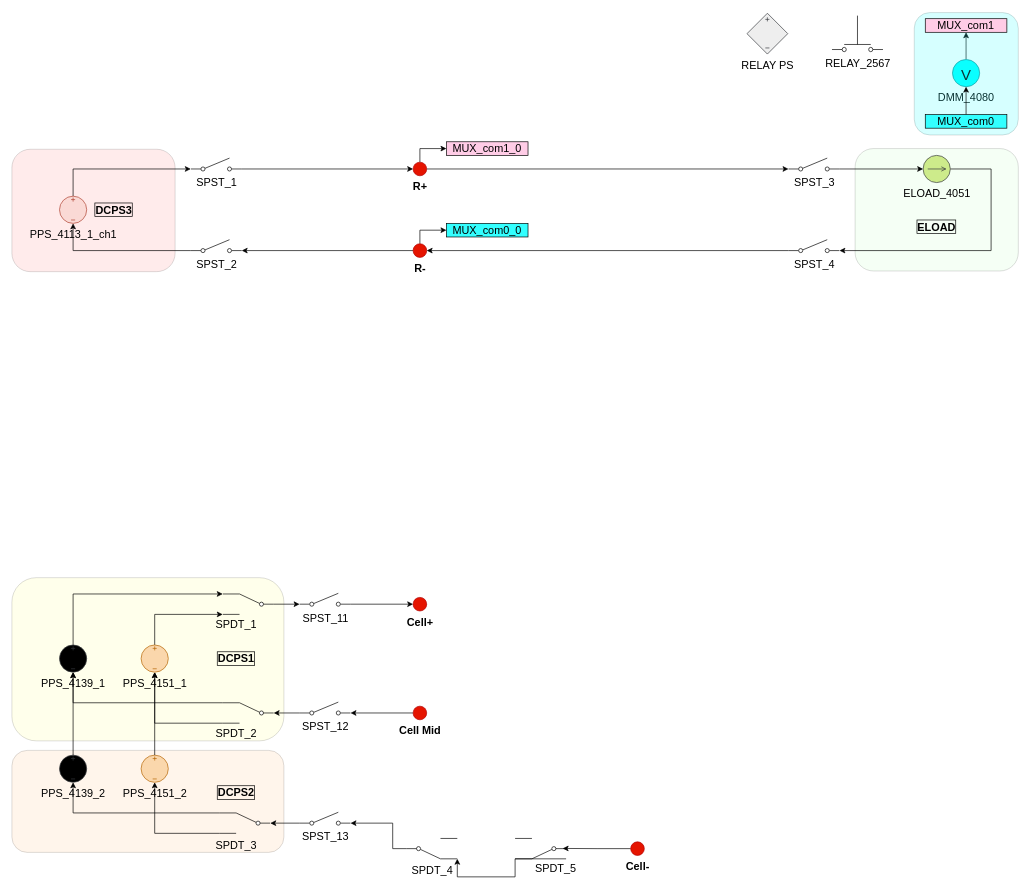
This is BMS_device_B_6p14.drawio from ktlim-xy/draw-io, a draw.io file, before an edit. Source tidied: cells renumbered, new cells numbered last; positions are measured from the earlier drawing's top-left corner, leaving out a move shared by most shapes. Both pictures are drawn from the tidied source at 68%, with x=0, y=0 at pixel (12, 12).
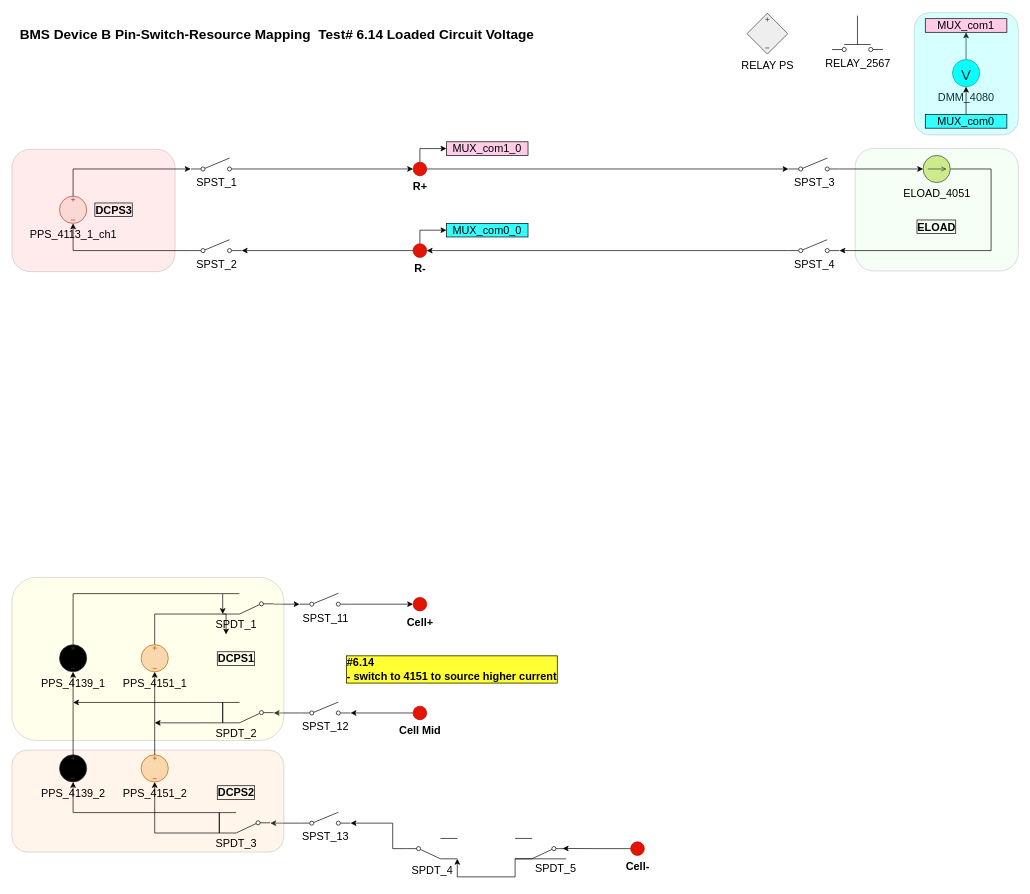
The same page after the edit.

Unchanged cells that the change refers to:
```xml
<mxCell id="66" value="SPST_11" style="html=1;shape=mxgraph.electrical.electro-mechanical.singleSwitch;elSwitchState=off;verticalAlign=top;labelPosition=center;verticalLabelPosition=bottom;align=center;fontSize=16;" parent="1" vertex="1">
  <mxGeometry x="423" y="854" width="75" height="20" as="geometry" />
</mxCell>
<mxCell id="68" value="SPST_12" style="html=1;shape=mxgraph.electrical.electro-mechanical.singleSwitch;elSwitchState=off;verticalAlign=top;labelPosition=center;verticalLabelPosition=bottom;align=center;fontSize=16;" parent="1" vertex="1">
  <mxGeometry x="423" y="1014" width="75" height="20" as="geometry" />
</mxCell>
<mxCell id="70" value="SPST_13" style="html=1;shape=mxgraph.electrical.electro-mechanical.singleSwitch;elSwitchState=off;verticalAlign=top;labelPosition=center;verticalLabelPosition=bottom;align=center;fontSize=16;" parent="1" vertex="1">
  <mxGeometry x="423" y="1176" width="75" height="20" as="geometry" />
</mxCell>
```

Diff of the diagram source:
```diff
@@
-    <mxCell id="7" style="rounded=1;whiteSpace=wrap;html=1;fillColor=#FFCC99;gradientColor=none;fillStyle=auto;gradientDirection=radial;opacity=20;fontSize=16;" parent="1" vertex="1">
-      <mxGeometry y="1085" width="400" height="150" as="geometry" />
-    </mxCell>
-    <mxCell id="8" style="rounded=1;whiteSpace=wrap;html=1;fillColor=#FFFF99;gradientColor=none;fillStyle=auto;gradientDirection=radial;opacity=20;fontSize=16;" parent="1" vertex="1">
-      <mxGeometry y="831" width="400" height="240" as="geometry" />
-    </mxCell>
@@
-    <mxCell id="31" style="edgeStyle=orthogonalEdgeStyle;rounded=0;jettySize=auto;html=1;exitX=0;exitY=0.5;exitDx=0;exitDy=0;entryX=0;entryY=0.8;entryDx=0;entryDy=0;" parent="1" edge="1" source="32" target="66">
-      <mxGeometry relative="1" as="geometry" />
-    </mxCell>
-    <mxCell id="32" style="verticalLabelPosition=bottom;shadow=0;dashed=0;align=center;html=1;verticalAlign=top;shape=mxgraph.electrical.electro-mechanical.twoWayContact2;elSwitchState=2;rotation=-180;fontSize=16;" parent="1" vertex="1">
-      <mxGeometry x="310" y="855" width="75" height="30" as="geometry" />
-    </mxCell>
-    <mxCell id="33" style="edgeStyle=orthogonalEdgeStyle;rounded=0;jettySize=auto;html=1;exitX=0.5;exitY=0;exitDx=0;exitDy=0;exitPerimeter=0;entryX=1;entryY=1;entryDx=0;entryDy=0;fontSize=16;" parent="1" edge="1" source="34" target="32">
-      <mxGeometry relative="1" as="geometry">
-        <Array as="points">
-          <mxPoint x="90" y="855" />
-        </Array>
-      </mxGeometry>
-    </mxCell>
-    <mxCell id="34" value="PPS_4139_1" style="verticalLabelPosition=bottom;shadow=0;dashed=0;align=center;html=1;verticalAlign=top;shape=mxgraph.electrical.signal_sources.source;points=[[0.5,0,0],[1,0.5,0],[0.5,1,0],[0,0.5,0]];elSignalType=dc3;rotation=0;fillColor=#000000;strokeColor=#36393d;fontSize=16;" parent="1" vertex="1">
-      <mxGeometry x="70" y="930" width="40" height="40" as="geometry" />
-    </mxCell>
-    <mxCell id="35" style="verticalLabelPosition=bottom;shadow=0;dashed=0;align=center;html=1;verticalAlign=top;shape=mxgraph.electrical.electro-mechanical.twoWayContact2;elSwitchState=2;rotation=-180;fontSize=16;" parent="1" vertex="1">
-      <mxGeometry x="310" y="1015" width="75" height="30" as="geometry" />
-    </mxCell>
-    <mxCell id="36" style="edgeStyle=orthogonalEdgeStyle;rounded=0;jettySize=auto;html=1;exitX=1;exitY=1;exitDx=0;exitDy=0;entryX=0.5;entryY=1;entryDx=0;entryDy=0;entryPerimeter=0;fontSize=16;" parent="1" edge="1" source="35" target="34">
-      <mxGeometry relative="1" as="geometry">
-        <Array as="points">
-          <mxPoint x="90" y="1015" />
-        </Array>
-      </mxGeometry>
-    </mxCell>
-    <mxCell id="37" style="verticalLabelPosition=bottom;shadow=0;dashed=0;align=center;html=1;verticalAlign=top;shape=mxgraph.electrical.electro-mechanical.twoWayContact2;elSwitchState=2;rotation=-180;fontSize=16;" parent="1" vertex="1">
-      <mxGeometry x="305" y="1177" width="75" height="30" as="geometry" />
-    </mxCell>
-    <mxCell id="38" value="PPS_4139_2" style="verticalLabelPosition=bottom;shadow=0;dashed=0;align=center;html=1;verticalAlign=top;shape=mxgraph.electrical.signal_sources.source;points=[[0.5,0,0],[1,0.5,0],[0.5,1,0],[0,0.5,0]];elSignalType=dc3;rotation=0;fillColor=#000000;strokeColor=#36393d;fontSize=16;" parent="1" vertex="1">
-      <mxGeometry x="70" y="1092" width="40" height="40" as="geometry" />
-    </mxCell>
-    <mxCell id="39" style="edgeStyle=orthogonalEdgeStyle;rounded=0;jettySize=auto;html=1;exitX=1;exitY=1;exitDx=0;exitDy=0;entryX=0.5;entryY=1;entryDx=0;entryDy=0;entryPerimeter=0;fontSize=16;" parent="1" edge="1" source="37" target="38">
-      <mxGeometry relative="1" as="geometry">
-        <Array as="points">
-          <mxPoint x="90" y="1177" />
-        </Array>
-      </mxGeometry>
-    </mxCell>
-    <mxCell id="40" style="edgeStyle=orthogonalEdgeStyle;rounded=0;jettySize=auto;html=1;entryX=1;entryY=0;entryDx=0;entryDy=0;fontSize=16;" parent="1" edge="1" source="41" target="32">
-      <mxGeometry relative="1" as="geometry">
-        <Array as="points">
-          <mxPoint x="210" y="885" />
-        </Array>
-      </mxGeometry>
-    </mxCell>
-    <mxCell id="41" value="PPS_4151_1" style="verticalLabelPosition=bottom;shadow=0;dashed=0;align=center;html=1;verticalAlign=top;shape=mxgraph.electrical.signal_sources.source;points=[[0.5,0,0],[1,0.5,0],[0.5,1,0],[0,0.5,0]];elSignalType=dc3;rotation=0;fillColor=#fad7ac;strokeColor=#b46504;fontSize=16;" parent="1" vertex="1">
-      <mxGeometry x="190" y="930" width="40" height="40" as="geometry" />
-    </mxCell>
-    <mxCell id="42" style="edgeStyle=orthogonalEdgeStyle;rounded=0;jettySize=auto;html=1;exitX=1;exitY=0;exitDx=0;exitDy=0;entryX=0.5;entryY=1;entryDx=0;entryDy=0;entryPerimeter=0;fontSize=16;" parent="1" edge="1" source="35" target="41">
-      <mxGeometry relative="1" as="geometry">
-        <Array as="points">
-          <mxPoint x="210" y="1045" />
-        </Array>
-      </mxGeometry>
-    </mxCell>
-    <mxCell id="43" value="PPS_4151_2" style="verticalLabelPosition=bottom;shadow=0;dashed=0;align=center;html=1;verticalAlign=top;shape=mxgraph.electrical.signal_sources.source;points=[[0.5,0,0],[1,0.5,0],[0.5,1,0],[0,0.5,0]];elSignalType=dc3;rotation=0;fillColor=#fad7ac;strokeColor=#b46504;fontSize=16;" parent="1" vertex="1">
-      <mxGeometry x="190" y="1092" width="40" height="40" as="geometry" />
-    </mxCell>
-    <mxCell id="44" style="edgeStyle=orthogonalEdgeStyle;rounded=0;jettySize=auto;html=1;exitX=1;exitY=0;exitDx=0;exitDy=0;entryX=0.5;entryY=1;entryDx=0;entryDy=0;entryPerimeter=0;fontSize=16;" parent="1" edge="1" source="37" target="43">
-      <mxGeometry relative="1" as="geometry">
-        <Array as="points">
-          <mxPoint x="210" y="1207" />
-        </Array>
-      </mxGeometry>
-    </mxCell>
@@
-    <mxCell id="49" style="edgeStyle=orthogonalEdgeStyle;rounded=0;jettySize=auto;html=1;exitX=0.5;exitY=0;exitDx=0;exitDy=0;exitPerimeter=0;entryX=0.5;entryY=1;entryDx=0;entryDy=0;entryPerimeter=0;fontSize=16;" parent="1" edge="1" source="38" target="34">
-      <mxGeometry relative="1" as="geometry" />
-    </mxCell>
-    <mxCell id="50" style="edgeStyle=orthogonalEdgeStyle;rounded=0;jettySize=auto;html=1;exitX=0.5;exitY=0;exitDx=0;exitDy=0;exitPerimeter=0;entryX=0.5;entryY=1;entryDx=0;entryDy=0;entryPerimeter=0;fontSize=16;" parent="1" edge="1" source="43" target="41">
-      <mxGeometry relative="1" as="geometry" />
-    </mxCell>
-    <mxCell id="51" value="&lt;span&gt;&lt;font&gt;DCPS1&lt;/font&gt;&lt;/span&gt;" style="text;html=1;whiteSpace=wrap;strokeColor=none;fillColor=none;align=center;verticalAlign=middle;rounded=0;fontSize=16;fontStyle=1;fontColor=#000000;labelBorderColor=default;" parent="1" vertex="1">
-      <mxGeometry x="300" y="935" width="60" height="30" as="geometry" />
-    </mxCell>
@@
-    <mxCell id="64" value="&lt;span&gt;&lt;font&gt;DCPS2&lt;/font&gt;&lt;/span&gt;" style="text;html=1;whiteSpace=wrap;strokeColor=none;fillColor=none;align=center;verticalAlign=middle;rounded=0;fontSize=16;fontStyle=1;fontColor=#000000;labelBorderColor=default;" parent="1" vertex="1">
-      <mxGeometry x="300" y="1132" width="60" height="30" as="geometry" />
-    </mxCell>
@@
-    <mxCell id="67" style="edgeStyle=orthogonalEdgeStyle;rounded=0;jettySize=auto;html=1;exitX=0;exitY=0.8;exitDx=0;exitDy=0;entryX=0;entryY=0.5;entryDx=0;entryDy=0;" parent="1" edge="1" source="68" target="35">
-      <mxGeometry relative="1" as="geometry" />
-    </mxCell>
@@
-    <mxCell id="69" style="edgeStyle=orthogonalEdgeStyle;rounded=0;jettySize=auto;html=1;exitX=0;exitY=0.8;exitDx=0;exitDy=0;entryX=0;entryY=0.5;entryDx=0;entryDy=0;" parent="1" edge="1" source="70" target="37">
-      <mxGeometry relative="1" as="geometry" />
-    </mxCell>
@@
+    <mxCell id="74" style="edgeStyle=orthogonalEdgeStyle;rounded=0;orthogonalLoop=1;jettySize=auto;html=1;exitX=0;exitY=0.5;exitDx=0;exitDy=0;entryX=0;entryY=0.8;entryDx=0;entryDy=0;" parent="1" edge="1">
+      <mxGeometry relative="1" as="geometry">
+        <mxPoint x="385" y="870" as="sourcePoint" />
+        <mxPoint x="423" y="870" as="targetPoint" />
+      </mxGeometry>
+    </mxCell>
+    <mxCell id="75" style="edgeStyle=orthogonalEdgeStyle;rounded=0;orthogonalLoop=1;jettySize=auto;html=1;exitX=0;exitY=0.8;exitDx=0;exitDy=0;entryX=0;entryY=0.5;entryDx=0;entryDy=0;" parent="1" edge="1">
+      <mxGeometry relative="1" as="geometry">
+        <mxPoint x="423" y="1030" as="sourcePoint" />
+        <mxPoint x="385" y="1030" as="targetPoint" />
+      </mxGeometry>
+    </mxCell>
+    <mxCell id="76" style="edgeStyle=orthogonalEdgeStyle;rounded=0;orthogonalLoop=1;jettySize=auto;html=1;exitX=0;exitY=0.8;exitDx=0;exitDy=0;entryX=0;entryY=0.5;entryDx=0;entryDy=0;" parent="1" edge="1">
+      <mxGeometry relative="1" as="geometry">
+        <mxPoint x="423" y="1192" as="sourcePoint" />
+        <mxPoint x="380" y="1192" as="targetPoint" />
+      </mxGeometry>
+    </mxCell>
+    <mxCell id="77" style="rounded=1;whiteSpace=wrap;html=1;fillColor=#FFCC99;gradientColor=none;fillStyle=auto;gradientDirection=radial;opacity=20;fontSize=16;" parent="1" vertex="1">
+      <mxGeometry y="1084.5" width="400" height="150" as="geometry" />
+    </mxCell>
+    <mxCell id="78" style="rounded=1;whiteSpace=wrap;html=1;fillColor=#FFFF99;gradientColor=none;fillStyle=auto;gradientDirection=radial;opacity=20;fontSize=16;" parent="1" vertex="1">
+      <mxGeometry y="830.5" width="400" height="240" as="geometry" />
+    </mxCell>
+    <mxCell id="79" style="verticalLabelPosition=bottom;shadow=0;dashed=0;align=center;html=1;verticalAlign=top;shape=mxgraph.electrical.electro-mechanical.twoWayContact2;elSwitchState=2;rotation=-180;fontSize=16;flipV=1;legacyAnchorPoints=0;" parent="1" vertex="1">
+      <mxGeometry x="310" y="854.5" width="75" height="30" as="geometry" />
+    </mxCell>
+    <mxCell id="80" style="edgeStyle=orthogonalEdgeStyle;rounded=0;jettySize=auto;html=1;exitX=0.5;exitY=0;exitDx=0;exitDy=0;exitPerimeter=0;entryX=1;entryY=0;entryDx=0;entryDy=0;" parent="1" edge="1" source="34" target="79">
+      <mxGeometry relative="1" as="geometry">
+        <Array as="points">
+          <mxPoint x="90" y="854.5" />
+        </Array>
+      </mxGeometry>
+    </mxCell>
+    <mxCell id="34" value="PPS_4139_1" style="verticalLabelPosition=bottom;shadow=0;dashed=0;align=center;html=1;verticalAlign=top;shape=mxgraph.electrical.signal_sources.source;points=[[0.5,0,0],[1,0.5,0],[0.5,1,0],[0,0.5,0]];elSignalType=dc3;rotation=0;fillColor=#000000;strokeColor=#36393d;fontSize=16;" parent="1" vertex="1">
+      <mxGeometry x="70" y="929.5" width="40" height="40" as="geometry" />
+    </mxCell>
+    <mxCell id="81" style="edgeStyle=orthogonalEdgeStyle;rounded=0;jettySize=auto;html=1;exitX=1;exitY=0;exitDx=0;exitDy=0;" parent="1" edge="1" source="83">
+      <mxGeometry relative="1" as="geometry">
+        <mxPoint x="90" y="1014.5" as="targetPoint" />
+        <Array as="points">
+          <mxPoint x="260" y="1014.5" />
+          <mxPoint x="260" y="1014.5" />
+        </Array>
+      </mxGeometry>
+    </mxCell>
+    <mxCell id="82" style="edgeStyle=orthogonalEdgeStyle;rounded=0;jettySize=auto;html=1;exitX=1;exitY=1;exitDx=0;exitDy=0;" parent="1" edge="1" source="83">
+      <mxGeometry relative="1" as="geometry">
+        <mxPoint x="210" y="1044.5" as="targetPoint" />
+        <Array as="points">
+          <mxPoint x="280" y="1044.5" />
+          <mxPoint x="280" y="1044.5" />
+        </Array>
+      </mxGeometry>
+    </mxCell>
+    <mxCell id="83" style="verticalLabelPosition=bottom;shadow=0;dashed=0;align=center;html=1;verticalAlign=top;shape=mxgraph.electrical.electro-mechanical.twoWayContact2;elSwitchState=2;rotation=-180;fontSize=16;flipV=1;legacyAnchorPoints=0;" parent="1" vertex="1">
+      <mxGeometry x="310" y="1014.5" width="75" height="30" as="geometry" />
+    </mxCell>
+    <mxCell id="84" style="verticalLabelPosition=bottom;shadow=0;dashed=0;align=center;html=1;verticalAlign=top;shape=mxgraph.electrical.electro-mechanical.twoWayContact2;elSwitchState=2;rotation=-180;fontSize=16;flipV=1;legacyAnchorPoints=0;" parent="1" vertex="1">
+      <mxGeometry x="305" y="1176.5" width="75" height="30" as="geometry" />
+    </mxCell>
+    <mxCell id="38" value="PPS_4139_2" style="verticalLabelPosition=bottom;shadow=0;dashed=0;align=center;html=1;verticalAlign=top;shape=mxgraph.electrical.signal_sources.source;points=[[0.5,0,0],[1,0.5,0],[0.5,1,0],[0,0.5,0]];elSignalType=dc3;rotation=0;fillColor=#000000;strokeColor=#36393d;fontSize=16;" parent="1" vertex="1">
+      <mxGeometry x="70" y="1091.5" width="40" height="40" as="geometry" />
+    </mxCell>
+    <mxCell id="85" style="edgeStyle=orthogonalEdgeStyle;rounded=0;jettySize=auto;html=1;exitX=0.5;exitY=0;exitDx=0;exitDy=0;exitPerimeter=0;entryX=0.25;entryY=1;entryDx=0;entryDy=0;" parent="1" edge="1" source="41" target="71">
+      <mxGeometry relative="1" as="geometry">
+        <Array as="points">
+          <mxPoint x="210" y="884.5" />
+        </Array>
+      </mxGeometry>
+    </mxCell>
+    <mxCell id="41" value="PPS_4151_1" style="verticalLabelPosition=bottom;shadow=0;dashed=0;align=center;html=1;verticalAlign=top;shape=mxgraph.electrical.signal_sources.source;points=[[0.5,0,0],[1,0.5,0],[0.5,1,0],[0,0.5,0]];elSignalType=dc3;rotation=0;fillColor=#fad7ac;strokeColor=#b46504;fontSize=16;" parent="1" vertex="1">
+      <mxGeometry x="190" y="929.5" width="40" height="40" as="geometry" />
+    </mxCell>
+    <mxCell id="43" value="PPS_4151_2" style="verticalLabelPosition=bottom;shadow=0;dashed=0;align=center;html=1;verticalAlign=top;shape=mxgraph.electrical.signal_sources.source;points=[[0.5,0,0],[1,0.5,0],[0.5,1,0],[0,0.5,0]];elSignalType=dc3;rotation=0;fillColor=#fad7ac;strokeColor=#b46504;fontSize=16;" parent="1" vertex="1">
+      <mxGeometry x="190" y="1091.5" width="40" height="40" as="geometry" />
+    </mxCell>
+    <mxCell id="49" style="edgeStyle=orthogonalEdgeStyle;rounded=0;jettySize=auto;html=1;exitX=0.5;exitY=0;exitDx=0;exitDy=0;exitPerimeter=0;entryX=0.5;entryY=1;entryDx=0;entryDy=0;entryPerimeter=0;fontSize=16;" parent="1" edge="1" source="38" target="34">
+      <mxGeometry relative="1" as="geometry" />
+    </mxCell>
+    <mxCell id="50" style="edgeStyle=orthogonalEdgeStyle;rounded=0;jettySize=auto;html=1;exitX=0.5;exitY=0;exitDx=0;exitDy=0;exitPerimeter=0;entryX=0.5;entryY=1;entryDx=0;entryDy=0;entryPerimeter=0;fontSize=16;" parent="1" edge="1" source="43" target="41">
+      <mxGeometry relative="1" as="geometry" />
+    </mxCell>
+    <mxCell id="51" value="&lt;span&gt;&lt;font&gt;DCPS1&lt;/font&gt;&lt;/span&gt;" style="text;html=1;whiteSpace=wrap;strokeColor=none;fillColor=none;align=center;verticalAlign=middle;rounded=0;fontSize=16;fontStyle=1;fontColor=#000000;labelBorderColor=default;" parent="1" vertex="1">
+      <mxGeometry x="300" y="934.5" width="60" height="30" as="geometry" />
+    </mxCell>
+    <mxCell id="64" value="&lt;span&gt;&lt;font&gt;DCPS2&lt;/font&gt;&lt;/span&gt;" style="text;html=1;whiteSpace=wrap;strokeColor=none;fillColor=none;align=center;verticalAlign=middle;rounded=0;fontSize=16;fontStyle=1;fontColor=#000000;labelBorderColor=default;flipV=1;legacyAnchorPoints=0;" parent="1" vertex="1">
+      <mxGeometry x="300" y="1131.5" width="60" height="30" as="geometry" />
+    </mxCell>
-    <mxCell id="71" value="&lt;span&gt;&lt;font&gt;SPDT_1&lt;/font&gt;&lt;/span&gt;" style="text;html=1;whiteSpace=wrap;strokeColor=none;fillColor=none;align=center;verticalAlign=middle;rounded=0;fontSize=16;fontStyle=0;fontColor=#000000;labelBorderColor=none;" parent="1" vertex="1">
-      <mxGeometry x="300" y="885" width="60" height="30" as="geometry" />
+    <mxCell id="71" value="&lt;span&gt;&lt;font&gt;SPDT_1&lt;/font&gt;&lt;/span&gt;" style="text;html=1;whiteSpace=wrap;strokeColor=none;fillColor=none;align=center;verticalAlign=middle;rounded=0;fontSize=16;fontStyle=0;fontColor=#000000;labelBorderColor=none;flipV=1;legacyAnchorPoints=0;" parent="1" vertex="1">
+      <mxGeometry x="300" y="884.5" width="60" height="30" as="geometry" />
     </mxCell>
     <mxCell id="72" value="&lt;span&gt;&lt;font&gt;SPDT_2&lt;/font&gt;&lt;/span&gt;" style="text;html=1;whiteSpace=wrap;strokeColor=none;fillColor=none;align=center;verticalAlign=middle;rounded=0;fontSize=16;fontStyle=0;fontColor=#000000;labelBorderColor=none;" parent="1" vertex="1">
-      <mxGeometry x="300" y="1045" width="60" height="30" as="geometry" />
+      <mxGeometry x="300" y="1044.5" width="60" height="30" as="geometry" />
     </mxCell>
     <mxCell id="73" value="&lt;span&gt;&lt;font&gt;SPDT_3&lt;/font&gt;&lt;/span&gt;" style="text;html=1;whiteSpace=wrap;strokeColor=none;fillColor=none;align=center;verticalAlign=middle;rounded=0;fontSize=16;fontStyle=0;fontColor=#000000;labelBorderColor=none;" parent="1" vertex="1">
-      <mxGeometry x="300" y="1208.5" width="60" height="30" as="geometry" />
+      <mxGeometry x="300" y="1206.5" width="60" height="30" as="geometry" />
     </mxCell>
+    <mxCell id="86" style="edgeStyle=orthogonalEdgeStyle;rounded=0;jettySize=auto;html=1;exitX=1;exitY=0;exitDx=0;exitDy=0;entryX=0.5;entryY=1;entryDx=0;entryDy=0;entryPerimeter=0;" parent="1" edge="1" source="84" target="38">
+      <mxGeometry relative="1" as="geometry">
+        <Array as="points">
+          <mxPoint x="90" y="1176.5" />
+        </Array>
+      </mxGeometry>
+    </mxCell>
+    <mxCell id="87" style="edgeStyle=orthogonalEdgeStyle;rounded=0;jettySize=auto;html=1;exitX=1;exitY=1;exitDx=0;exitDy=0;entryX=0.5;entryY=1;entryDx=0;entryDy=0;entryPerimeter=0;" parent="1" edge="1" source="84" target="43">
+      <mxGeometry relative="1" as="geometry">
+        <Array as="points">
+          <mxPoint x="210" y="1206.5" />
+        </Array>
+      </mxGeometry>
+    </mxCell>
+    <mxCell id="88" value="&lt;b&gt;BMS Device B Pin-Switch-Resource Mapping&amp;nbsp; Test#&amp;nbsp;6.14 Loaded Circuit Voltage&lt;/b&gt;" style="text;html=1;whiteSpace=wrap;strokeColor=none;fillColor=none;align=left;verticalAlign=middle;rounded=0;fontSize=20;" parent="1" vertex="1">
+      <mxGeometry x="10" y="-1.5" width="1010" height="65" as="geometry" />
+    </mxCell>
+    <mxCell id="89" value="#6.14&lt;div&gt;- switch to 4151 to source higher current&lt;/div&gt;" style="text;html=1;whiteSpace=wrap;strokeColor=none;fillColor=none;align=left;verticalAlign=middle;rounded=0;fontStyle=1;fontColor=#000000;fontSize=16;labelBorderColor=default;labelBackgroundColor=#FFFF33;" parent="1" vertex="1">
+      <mxGeometry x="490" y="951" width="500" height="30" as="geometry" />
+    </mxCell>
```
